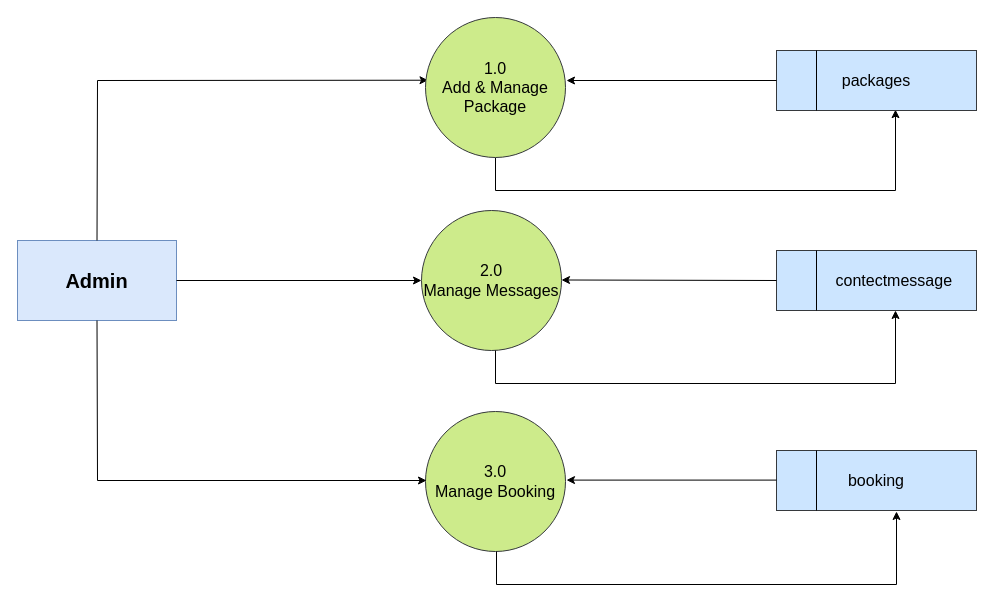
This is diagram/admindfd.drawio from parmarkalpesh/krishnatourism, a draw.io file, before an edit. Source tidied: cells renumbered, new cells numbered last; positions are measured from the earlier drawing's top-left corner, leaving out a move shared by most shapes. Both pictures are drawn from the tidied source at 100%, with x=0, y=0 at pixel (17, 17).
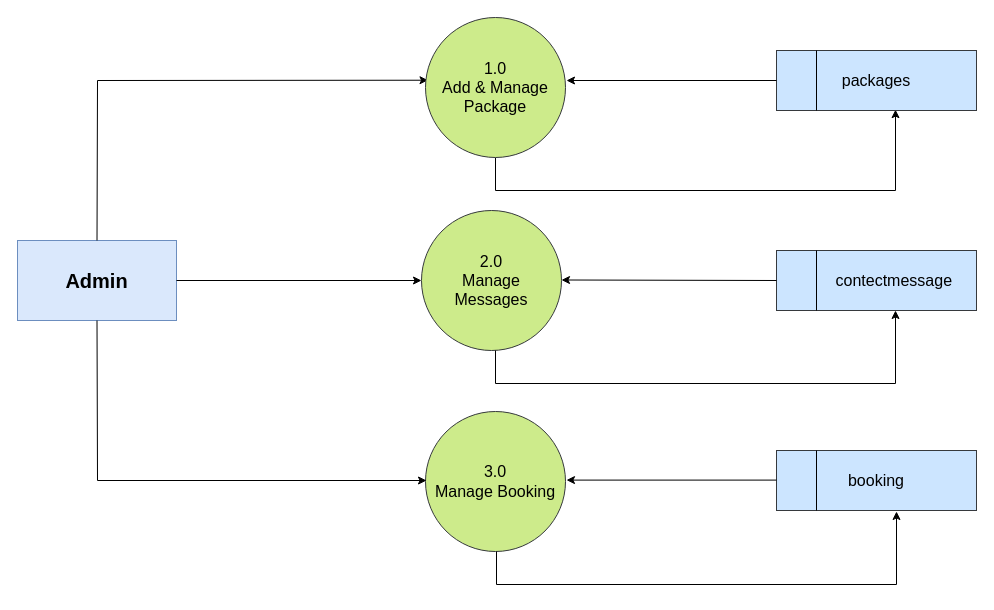
After the change.

What changed in the source:
```diff
@@
-    <mxCell id="4" value="2.0&lt;br&gt;Manage Messages" style="ellipse;whiteSpace=wrap;html=1;fillColor=#cdeb8b;strokeColor=#36393d;fontSize=16;" parent="1" vertex="1">
+    <mxCell id="4" value="2.0&lt;br&gt;Manage&lt;br&gt;Messages" style="ellipse;whiteSpace=wrap;html=1;fillColor=#cdeb8b;strokeColor=#36393d;fontSize=16;" parent="1" vertex="1">
       <mxGeometry x="404" y="193" width="140" height="140" as="geometry" />
     </mxCell>
```
